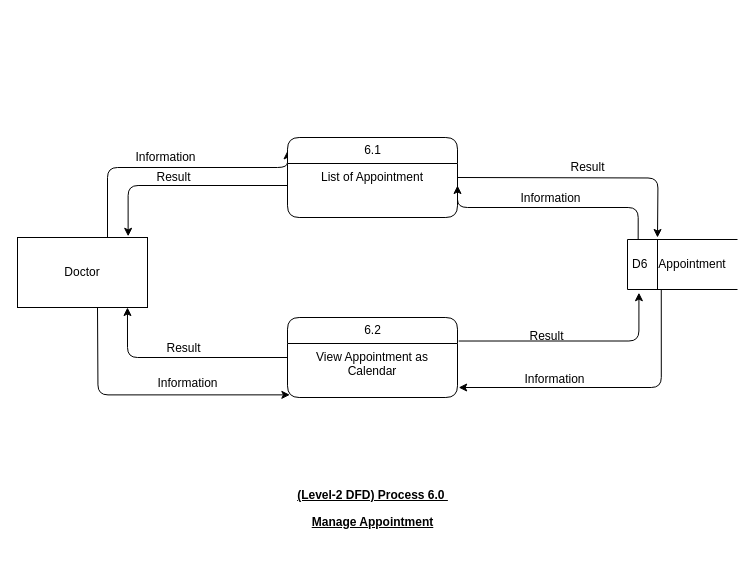
Above: page "6.0" (1 of 5) of resources/dfd/Doctor/DFD-Doctor.drawio in vanluong94/aptech-doccure (draw.io), before the change. Source tidied: cells renumbered, new cells numbered last; positions are measured from the earlier drawing's top-left corner, leaving out a move shared by most shapes. Both pictures are drawn from the tidied source at 100%, with x=0, y=0 at pixel (17, 137).
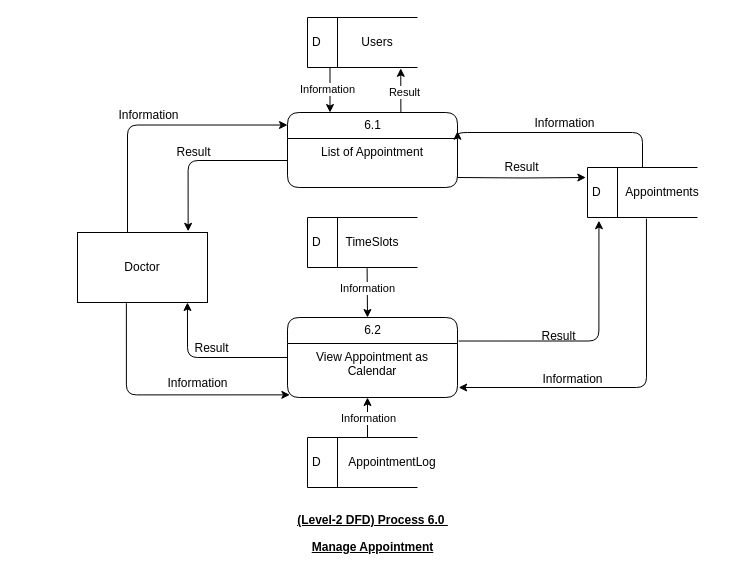
The same page after the edit.

Unchanged cells that the change refers to:
```xml
<mxCell id="9" value="List of Appointment" style="text;html=1;strokeColor=none;fillColor=none;spacingLeft=4;spacingRight=4;whiteSpace=wrap;overflow=hidden;points=[[0,0.5],[1,0.5]];portConstraint=eastwest;fontFamily=Helvetica;fontColor=#000000;fontSize=12;align=center;rounded=1;" parent="8" vertex="1">
  <mxGeometry y="26" width="170" height="44" as="geometry" />
</mxCell>
<mxCell id="13" value="View Appointment as Calendar" style="text;html=1;strokeColor=none;fillColor=none;spacingLeft=4;spacingRight=4;whiteSpace=wrap;overflow=hidden;points=[[0,0.5],[1,0.5]];portConstraint=eastwest;fontFamily=Helvetica;fontColor=#000000;fontSize=12;align=center;rounded=1;" parent="12" vertex="1">
  <mxGeometry y="26" width="170" height="54" as="geometry" />
</mxCell>
```

The edit, as a diff of the source:
```diff
@@
     <mxCell id="2" value="&lt;p class=&quot;MsoNormal&quot; style=&quot;font-size: 12px&quot;&gt;&lt;font style=&quot;font-size: 12px&quot;&gt;&lt;span style=&quot;font-size: 12px&quot;&gt;&lt;b style=&quot;font-size: 12px&quot;&gt;&lt;u style=&quot;font-size: 12px&quot;&gt;(Level-2 DFD) Process 6.0&amp;nbsp;&lt;/u&gt;&lt;/b&gt;&lt;/span&gt;&lt;/font&gt;&lt;br style=&quot;font-size: 12px&quot;&gt;&lt;/p&gt;&lt;b&gt;&lt;u&gt;Manage Appointment&lt;/u&gt;&lt;/b&gt;" style="text;html=1;align=center;verticalAlign=middle;strokeColor=none;fontFamily=Helvetica;fontColor=#000000;fontSize=12;rounded=1;" parent="1" vertex="1">
-      <mxGeometry x="270" y="335" width="170" height="60" as="geometry" />
+      <mxGeometry x="270" y="360" width="170" height="60" as="geometry" />
     </mxCell>
-    <mxCell id="3" style="edgeStyle=orthogonalEdgeStyle;jettySize=auto;html=1;entryX=0.014;entryY=0.951;entryDx=0;entryDy=0;entryPerimeter=0;fontFamily=Helvetica;fontColor=#000000;fontSize=12;" parent="1" edge="1" target="13">
-      <mxGeometry relative="1" as="geometry">
-        <mxPoint x="80" y="170" as="sourcePoint" />
-      </mxGeometry>
+    <mxCell id="3" style="edgeStyle=orthogonalEdgeStyle;jettySize=auto;html=1;entryX=0.014;entryY=0.951;entryDx=0;entryDy=0;entryPerimeter=0;fontFamily=Helvetica;fontColor=#000000;fontSize=12;exitX=0.376;exitY=1.011;exitDx=0;exitDy=0;exitPerimeter=0;" parent="1" edge="1" source="6" target="13">
+      <mxGeometry relative="1" as="geometry" />
     </mxCell>
@@
     <mxCell id="5" value="Information" style="edgeStyle=orthogonalEdgeStyle;jumpStyle=none;jettySize=auto;html=1;entryX=0;entryY=0.167;entryDx=0;entryDy=0;entryPerimeter=0;shadow=0;labelBackgroundColor=none;fontFamily=Helvetica;fontColor=#000000;fontSize=12;" parent="1" edge="1" source="6" target="8">
       <mxGeometry x="-0.04" y="10" relative="1" as="geometry">
         <Array as="points">
-          <mxPoint x="90" y="30" />
+          <mxPoint x="110" y="-12" />
+          <mxPoint x="270" y="-12" />
         </Array>
       </mxGeometry>
     </mxCell>
     <mxCell id="6" value="Doctor" style="whiteSpace=wrap;html=1;fontFamily=Helvetica;fontColor=#000000;fontSize=12;rounded=0;" parent="1" vertex="1">
-      <mxGeometry y="100" width="130" height="70" as="geometry" />
+      <mxGeometry x="60" y="95" width="130" height="70" as="geometry" />
     </mxCell>
-    <mxCell id="7" value="Result" style="edgeStyle=orthogonalEdgeStyle;orthogonalLoop=1;jettySize=auto;html=1;labelBackgroundColor=none;fontFamily=Helvetica;fontColor=#000000;fontSize=12;" parent="1" edge="1">
+    <mxCell id="7" value="Result" style="edgeStyle=orthogonalEdgeStyle;jettySize=auto;html=1;labelBackgroundColor=none;fontFamily=Helvetica;fontColor=#000000;fontSize=12;entryX=-0.015;entryY=0.2;entryDx=0;entryDy=0;entryPerimeter=0;" parent="1" edge="1" target="16">
       <mxGeometry y="10" relative="1" as="geometry">
         <mxPoint x="440" y="40" as="sourcePoint" />
-        <mxPoint x="640" y="100" as="targetPoint" />
       </mxGeometry>
     </mxCell>
     <mxCell id="8" value="6.1" style="swimlane;html=1;fontStyle=0;horizontal=1;startSize=26;swimlaneFillColor=#ffffff;align=center;shadow=0;comic=0;labelBackgroundColor=none;strokeWidth=1;fontFamily=Helvetica;fontSize=12;fontColor=#000000;rounded=1;" parent="1" vertex="1">
-      <mxGeometry x="270" width="170" height="80" as="geometry" />
+      <mxGeometry x="270" y="-25" width="170" height="75" as="geometry" />
     </mxCell>
@@
+    <mxCell id="21" style="edgeStyle=orthogonalEdgeStyle;rounded=0;jettySize=auto;html=1;startArrow=classic;startFill=1;endArrow=none;endFill=0;entryX=0.542;entryY=1.014;entryDx=0;entryDy=0;entryPerimeter=0;" parent="1" edge="1" target="29">
+      <mxGeometry relative="1" as="geometry">
+        <mxPoint x="350" y="180" as="sourcePoint" />
+        <Array as="points">
+          <mxPoint x="350" y="180" />
+          <mxPoint x="350" y="118" />
+        </Array>
+      </mxGeometry>
+    </mxCell>
+    <mxCell id="22" value="Information" style="edgeLabel;html=1;align=center;verticalAlign=middle;" parent="21" vertex="1">
+      <mxGeometry x="0.21" relative="1" as="geometry" />
+    </mxCell>
@@
-    <mxCell id="14" value="&#10;&#10;&lt;span style=&quot;font-size: 12px; font-style: normal; font-weight: 400; letter-spacing: normal; text-align: center; text-indent: 0px; text-transform: none; word-spacing: 0px; display: inline; float: none;&quot;&gt;Information&lt;/span&gt;&#10;&#10;" style="edgeStyle=orthogonalEdgeStyle;jettySize=auto;html=1;entryX=1;entryY=0.5;entryDx=0;entryDy=0;exitX=0.097;exitY=0;exitDx=0;exitDy=0;exitPerimeter=0;labelBackgroundColor=none;fontFamily=Helvetica;fontColor=#000000;fontSize=12;" parent="1" edge="1" source="16" target="9">
+    <mxCell id="14" value="&#10;&#10;&lt;span style=&quot;font-size: 12px; font-style: normal; font-weight: 400; letter-spacing: normal; text-align: center; text-indent: 0px; text-transform: none; word-spacing: 0px; display: inline; float: none;&quot;&gt;Information&lt;/span&gt;&#10;&#10;" style="edgeStyle=orthogonalEdgeStyle;jettySize=auto;html=1;labelBackgroundColor=none;fontFamily=Helvetica;fontColor=#000000;fontSize=12;entryX=1;entryY=0.25;entryDx=0;entryDy=0;exitX=0.5;exitY=0;exitDx=0;exitDy=0;" parent="1" edge="1" source="16" target="8">
       <mxGeometry x="0.02" y="-9" relative="1" as="geometry">
         <Array as="points">
-          <mxPoint x="621" y="70" />
-          <mxPoint x="440" y="70" />
+          <mxPoint x="625" y="-5" />
         </Array>
       </mxGeometry>
     </mxCell>
-    <mxCell id="15" value="&#10;&#10;&lt;span style=&quot;font-size: 12px; font-style: normal; font-weight: 400; letter-spacing: normal; text-align: center; text-indent: 0px; text-transform: none; word-spacing: 0px; display: inline; float: none;&quot;&gt;Information&lt;/span&gt;&#10;&#10;" style="edgeStyle=orthogonalEdgeStyle;jettySize=auto;html=1;entryX=1.007;entryY=0.815;entryDx=0;entryDy=0;entryPerimeter=0;exitX=0.307;exitY=0.993;exitDx=0;exitDy=0;exitPerimeter=0;labelBackgroundColor=none;fontFamily=Helvetica;fontColor=#000000;fontSize=12;" parent="1" edge="1" source="16" target="13">
+    <mxCell id="15" value="&#10;&#10;&lt;span style=&quot;font-size: 12px; font-style: normal; font-weight: 400; letter-spacing: normal; text-align: center; text-indent: 0px; text-transform: none; word-spacing: 0px; display: inline; float: none;&quot;&gt;Information&lt;/span&gt;&#10;&#10;" style="edgeStyle=orthogonalEdgeStyle;jettySize=auto;html=1;entryX=1.007;entryY=0.815;entryDx=0;entryDy=0;entryPerimeter=0;exitX=0.536;exitY=1.023;exitDx=0;exitDy=0;exitPerimeter=0;labelBackgroundColor=none;fontFamily=Helvetica;fontColor=#000000;fontSize=12;" parent="1" edge="1" source="16" target="13">
       <mxGeometry x="0.36" y="-8" relative="1" as="geometry" />
     </mxCell>
-    <mxCell id="16" value="D6" style="html=1;dashed=0;whitespace=wrap;shape=mxgraph.dfd.dataStoreID;align=left;spacingLeft=3;points=[[0,0],[0.5,0],[1,0],[0,0.5],[1,0.5],[0,1],[0.5,1],[1,1]];fontFamily=Helvetica;fontColor=#000000;fontSize=12;rounded=1;" parent="1" vertex="1">
-      <mxGeometry x="610" y="102" width="110" height="50" as="geometry" />
+    <mxCell id="16" value="D" style="html=1;dashed=0;whitespace=wrap;shape=mxgraph.dfd.dataStoreID;align=left;spacingLeft=3;points=[[0,0],[0.5,0],[1,0],[0,0.5],[1,0.5],[0,1],[0.5,1],[1,1]];fontFamily=Helvetica;fontColor=#000000;fontSize=12;rounded=1;" parent="1" vertex="1">
+      <mxGeometry x="570" y="30" width="110" height="50" as="geometry" />
     </mxCell>
-    <mxCell id="17" value="Appointment" style="text;html=1;strokeColor=none;fillColor=none;align=center;verticalAlign=middle;whiteSpace=wrap;fontFamily=Helvetica;fontColor=#000000;fontSize=12;rounded=1;" parent="1" vertex="1">
-      <mxGeometry x="650" y="117" width="50" height="20" as="geometry" />
+    <mxCell id="17" value="Appointments" style="text;html=1;strokeColor=none;fillColor=none;align=center;verticalAlign=middle;whiteSpace=wrap;fontFamily=Helvetica;fontColor=#000000;fontSize=12;rounded=1;" parent="1" vertex="1">
+      <mxGeometry x="620" y="45" width="50" height="20" as="geometry" />
     </mxCell>
@@
+    <mxCell id="23" style="edgeStyle=orthogonalEdgeStyle;rounded=0;jettySize=auto;html=1;entryX=0.25;entryY=0;entryDx=0;entryDy=0;" parent="1" edge="1" source="27" target="8">
+      <mxGeometry relative="1" as="geometry">
+        <Array as="points">
+          <mxPoint x="313" y="-50" />
+        </Array>
+      </mxGeometry>
+    </mxCell>
+    <mxCell id="24" value="Information" style="edgeLabel;html=1;align=center;verticalAlign=middle;" parent="23" vertex="1">
+      <mxGeometry x="0.18" y="-3" relative="1" as="geometry">
+        <mxPoint y="-6" as="offset" />
+      </mxGeometry>
+    </mxCell>
+    <mxCell id="25" style="edgeStyle=orthogonalEdgeStyle;rounded=0;jettySize=auto;html=1;startArrow=classic;startFill=1;endArrow=none;endFill=0;entryX=0.667;entryY=-0.002;entryDx=0;entryDy=0;exitX=0.848;exitY=1.017;exitDx=0;exitDy=0;exitPerimeter=0;entryPerimeter=0;" parent="1" edge="1" source="27" target="8">
+      <mxGeometry relative="1" as="geometry" />
+    </mxCell>
+    <mxCell id="26" value="Result" style="edgeLabel;html=1;align=center;verticalAlign=middle;" parent="25" vertex="1">
+      <mxGeometry x="0.19" y="-3" relative="1" as="geometry">
+        <mxPoint x="6" y="-2" as="offset" />
+      </mxGeometry>
+    </mxCell>
+    <mxCell id="27" value="D" style="html=1;dashed=0;whitespace=wrap;shape=mxgraph.dfd.dataStoreID;align=left;spacingLeft=3;points=[[0,0],[0.5,0],[1,0],[0,0.5],[1,0.5],[0,1],[0.5,1],[1,1]];fontFamily=Helvetica;fontColor=#000000;fontSize=12;rounded=1;" parent="1" vertex="1">
+      <mxGeometry x="290" y="-120" width="110" height="50" as="geometry" />
+    </mxCell>
+    <mxCell id="28" value="Users" style="text;html=1;strokeColor=none;fillColor=none;align=center;verticalAlign=middle;whiteSpace=wrap;fontFamily=Helvetica;fontColor=#000000;fontSize=12;rounded=1;" parent="1" vertex="1">
+      <mxGeometry x="335" y="-105" width="50" height="20" as="geometry" />
+    </mxCell>
+    <mxCell id="29" value="D" style="html=1;dashed=0;whitespace=wrap;shape=mxgraph.dfd.dataStoreID;align=left;spacingLeft=3;points=[[0,0],[0.5,0],[1,0],[0,0.5],[1,0.5],[0,1],[0.5,1],[1,1]];fontFamily=Helvetica;fontColor=#000000;fontSize=12;rounded=1;" parent="1" vertex="1">
+      <mxGeometry x="290" y="80" width="110" height="50" as="geometry" />
+    </mxCell>
+    <mxCell id="30" value="TimeSlots" style="text;html=1;strokeColor=none;fillColor=none;align=center;verticalAlign=middle;whiteSpace=wrap;fontFamily=Helvetica;fontColor=#000000;fontSize=12;rounded=1;" parent="1" vertex="1">
+      <mxGeometry x="330" y="95" width="50" height="20" as="geometry" />
+    </mxCell>
+    <mxCell id="31" style="edgeStyle=orthogonalEdgeStyle;rounded=0;orthogonalLoop=1;jettySize=auto;html=1;startArrow=none;startFill=0;endArrow=classic;endFill=1;" parent="1" edge="1">
+      <mxGeometry relative="1" as="geometry">
+        <mxPoint x="350" y="300" as="sourcePoint" />
+        <mxPoint x="350" y="260" as="targetPoint" />
+        <Array as="points">
+          <mxPoint x="350" y="300" />
+          <mxPoint x="350" y="260" />
+        </Array>
+      </mxGeometry>
+    </mxCell>
+    <mxCell id="32" value="Information" style="edgeLabel;html=1;align=center;verticalAlign=middle;" parent="31" vertex="1">
+      <mxGeometry x="-0.29" y="-1" relative="1" as="geometry">
+        <mxPoint x="-1" y="-6" as="offset" />
+      </mxGeometry>
+    </mxCell>
+    <mxCell id="33" value="D" style="html=1;dashed=0;whitespace=wrap;shape=mxgraph.dfd.dataStoreID;align=left;spacingLeft=3;fontFamily=Helvetica;fontColor=#000000;fontSize=12;rounded=1;" parent="1" vertex="1">
+      <mxGeometry x="290" y="300" width="110" height="50" as="geometry" />
+    </mxCell>
+    <mxCell id="34" value="AppointmentLog" style="text;html=1;strokeColor=none;fillColor=none;align=center;verticalAlign=middle;whiteSpace=wrap;fontFamily=Helvetica;fontColor=#000000;fontSize=12;rounded=1;" parent="1" vertex="1">
+      <mxGeometry x="350" y="315" width="50" height="20" as="geometry" />
+    </mxCell>
```
